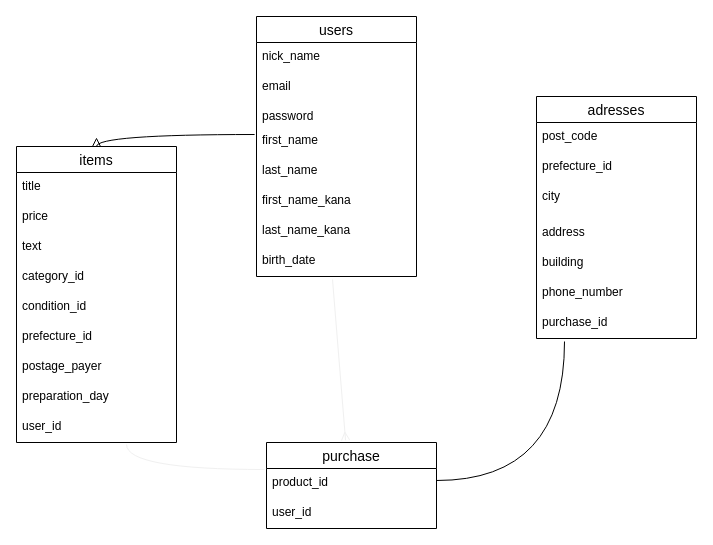
This is test.dio from ryouta-M/furima-31120-1, a draw.io file, before an edit. Source tidied: cells renumbered, new cells numbered last; positions are measured from the earlier drawing's top-left corner, leaving out a move shared by most shapes. Both pictures are drawn from the tidied source at 100%, with x=0, y=0 at pixel (16, 16).
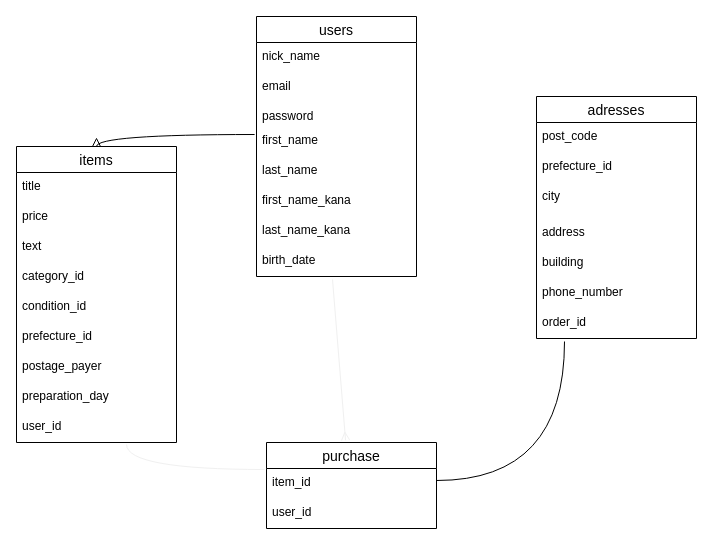
The same page after the edit.

The change refers to these unchanged cells:
```xml
<mxCell id="26" value="adresses" style="swimlane;fontStyle=0;horizontal=1;startSize=26;align=center;fontSize=14;" parent="1" vertex="1">
  <mxGeometry x="520" y="80" width="160" height="242" as="geometry" />
</mxCell>
<mxCell id="34" value="purchase" style="swimlane;fontStyle=0;horizontal=1;startSize=26;align=center;fontSize=14;" parent="1" vertex="1">
  <mxGeometry x="250" y="426" width="170" height="86" as="geometry" />
</mxCell>
```

What changed in the source:
```diff
@@
-    <mxCell id="33" value="purchase_id" style="text;strokeColor=none;fillColor=none;spacingLeft=4;spacingRight=4;overflow=hidden;points=[[0,0.5],[1,0.5]];portConstraint=eastwest;fontSize=12;" parent="26" vertex="1">
+    <mxCell id="33" value="order_id" style="text;strokeColor=none;fillColor=none;spacingLeft=4;spacingRight=4;overflow=hidden;points=[[0,0.5],[1,0.5]];portConstraint=eastwest;fontSize=12;" parent="26" vertex="1">
       <mxGeometry y="212" width="160" height="30" as="geometry" />
     </mxCell>
@@
-    <mxCell id="35" value="product_id" style="text;strokeColor=none;fillColor=none;spacingLeft=4;spacingRight=4;overflow=hidden;points=[[0,0.5],[1,0.5]];portConstraint=eastwest;fontSize=12;" parent="34" vertex="1">
+    <mxCell id="35" value="item_id" style="text;strokeColor=none;fillColor=none;spacingLeft=4;spacingRight=4;overflow=hidden;points=[[0,0.5],[1,0.5]];portConstraint=eastwest;fontSize=12;" parent="34" vertex="1">
       <mxGeometry y="26" width="170" height="30" as="geometry" />
     </mxCell>
```
